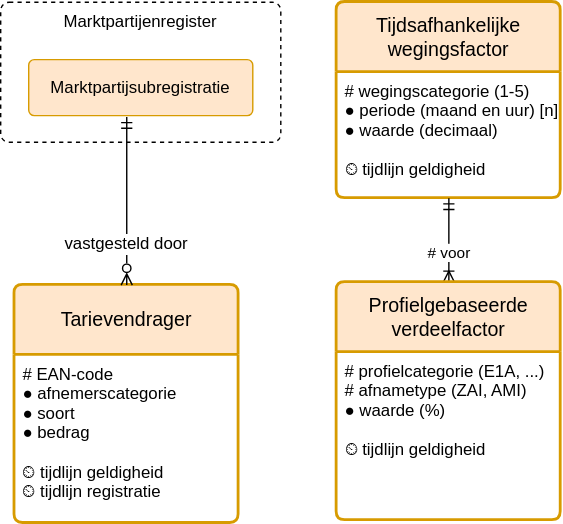
Earlier version of the draw.io export registers/tarievenregister/1.0/tarievenregister.drawio.svg (Netbeheer-Nederland/stelsel). Source tidied: cells renumbered, new cells last; positions are measured from the earlier drawing's top-left corner, leaving out a move shared by most shapes. Source of this version:
```xml
<mxGraphModel>
  <root>
    <mxCell id="0" />
    <mxCell id="1" parent="0" />
    <mxCell id="2" value="Marktpartijenregister" style="rounded=1;whiteSpace=wrap;verticalAlign=top;sketch=0;fontSize=12;dashed=1;arcSize=12;absoluteArcSize=1;" parent="1" vertex="1">
      <mxGeometry width="200" height="100" as="geometry" />
    </mxCell>
    <mxCell id="3" value="Tarievendrager" style="swimlane;horizontal=1;startSize=50;rounded=1;fontSize=14;fontStyle=0;strokeWidth=2;shadow=0;dashed=0;align=center;fillColor=#ffe6cc;strokeColor=#d79b00;arcSize=4;whiteSpace=wrap;" parent="1" vertex="1">
      <mxGeometry x="10" y="202" width="160" height="170" as="geometry" />
    </mxCell>
    <mxCell id="4" value="# EAN-code&#10;● afnemerscategorie&#10;● soort&#10;● bedrag&#10;&#10;⏲ tijdlijn geldigheid&#10;⏲ tijdlijn registratie" style="align=left;strokeColor=none;fillColor=none;spacingLeft=4;fontSize=12;verticalAlign=top;" parent="3" vertex="1">
      <mxGeometry y="50" width="160" height="120" as="geometry" />
    </mxCell>
    <mxCell id="5" value="vastgesteld door" style="fontSize=12;endArrow=ERmandOne;startArrow=ERzeroToMany;rounded=0;startFill=0;endFill=0;verticalAlign=middle;strokeColor=default;labelBackgroundColor=default;fontColor=default;align=center;edgeStyle=elbowEdgeStyle;exitX=0.5;exitY=0;exitDx=0;exitDy=0;" parent="1" edge="1" source="3">
      <mxGeometry x="-0.5" relative="1" as="geometry">
        <mxPoint x="90" y="82" as="targetPoint" />
      </mxGeometry>
    </mxCell>
    <mxCell id="6" value="Marktpartijsubregistratie" style="rounded=1;arcSize=10;whiteSpace=wrap;align=center;fillColor=#ffe6cc;strokeColor=#d79b00;" parent="1" vertex="1">
      <mxGeometry x="20" y="41" width="160" height="40" as="geometry" />
    </mxCell>
    <mxCell id="7" value="Tijdsafhankelijke wegingsfactor" style="swimlane;horizontal=1;startSize=50;rounded=1;fontSize=14;fontStyle=0;strokeWidth=2;shadow=0;dashed=0;align=center;fillColor=#ffe6cc;strokeColor=#d79b00;arcSize=4;whiteSpace=wrap;" parent="1" vertex="1">
      <mxGeometry x="240" width="160" height="140" as="geometry" />
    </mxCell>
    <mxCell id="8" value="# wegingscategorie (1-5)&#10;● periode (maand en uur) [n]&#10;● waarde (decimaal)&#10;&#10;⏲ tijdlijn geldigheid&#10;" style="align=left;strokeColor=none;fillColor=none;spacingLeft=4;fontSize=12;verticalAlign=top;" parent="7" vertex="1">
      <mxGeometry y="50" width="160" height="90" as="geometry" />
    </mxCell>
    <mxCell id="9" style="edgeStyle=orthogonalEdgeStyle;rounded=0;jettySize=auto;html=1;entryX=0.5;entryY=1;entryDx=0;entryDy=0;endArrow=ERmandOne;endFill=0;startArrow=ERoneToMany;startFill=0;" parent="1" edge="1" source="11" target="8">
      <mxGeometry relative="1" as="geometry" />
    </mxCell>
    <mxCell id="10" value="# voor" style="edgeLabel;html=1;align=center;verticalAlign=middle;" parent="9" vertex="1">
      <mxGeometry x="0.27" y="1" relative="1" as="geometry">
        <mxPoint y="16" as="offset" />
      </mxGeometry>
    </mxCell>
    <mxCell id="11" value="Profielgebaseerde verdeelfactor" style="swimlane;horizontal=1;startSize=50;rounded=1;fontSize=14;fontStyle=0;strokeWidth=2;shadow=0;dashed=0;align=center;fillColor=#ffe6cc;strokeColor=#d79b00;arcSize=4;whiteSpace=wrap;" parent="1" vertex="1">
      <mxGeometry x="240" y="200" width="160" height="170" as="geometry" />
    </mxCell>
    <mxCell id="12" value="# profielcategorie (E1A, ...)&#10;# afnametype (ZAI, AMI)&#10;● waarde (%)&#10;&#10;⏲ tijdlijn geldigheid&#10;" style="align=left;strokeColor=none;fillColor=none;spacingLeft=4;fontSize=12;verticalAlign=top;" parent="11" vertex="1">
      <mxGeometry y="50" width="160" height="120" as="geometry" />
    </mxCell>
  </root>
</mxGraphModel>
```
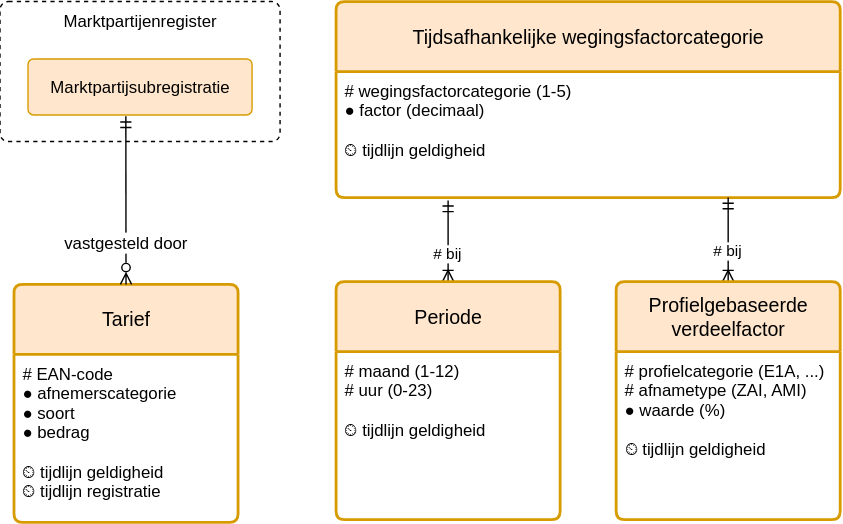
After the change.

Commit message:
Tarievenregister aangepast

Change to the diagram source:
```diff
@@ -5,7 +5,7 @@
     <mxCell id="2" value="Marktpartijenregister" style="rounded=1;whiteSpace=wrap;verticalAlign=top;sketch=0;fontSize=12;dashed=1;arcSize=12;absoluteArcSize=1;" parent="1" vertex="1">
       <mxGeometry width="200" height="100" as="geometry" />
     </mxCell>
-    <mxCell id="3" value="Tarievendrager" style="swimlane;horizontal=1;startSize=50;rounded=1;fontSize=14;fontStyle=0;strokeWidth=2;shadow=0;dashed=0;align=center;fillColor=#ffe6cc;strokeColor=#d79b00;arcSize=4;whiteSpace=wrap;" parent="1" vertex="1">
+    <mxCell id="3" value="Tarief" style="swimlane;horizontal=1;startSize=50;rounded=1;fontSize=14;fontStyle=0;strokeWidth=2;shadow=0;dashed=0;align=center;fillColor=#ffe6cc;strokeColor=#d79b00;arcSize=4;whiteSpace=wrap;" parent="1" vertex="1">
       <mxGeometry x="10" y="202" width="160" height="170" as="geometry" />
     </mxCell>
     <mxCell id="4" value="# EAN-code&#10;● afnemerscategorie&#10;● soort&#10;● bedrag&#10;&#10;⏲ tijdlijn geldigheid&#10;⏲ tijdlijn registratie" style="align=left;strokeColor=none;fillColor=none;spacingLeft=4;fontSize=12;verticalAlign=top;" parent="3" vertex="1">
@@ -19,25 +19,43 @@
     <mxCell id="6" value="Marktpartijsubregistratie" style="rounded=1;arcSize=10;whiteSpace=wrap;align=center;fillColor=#ffe6cc;strokeColor=#d79b00;" parent="1" vertex="1">
       <mxGeometry x="20" y="41" width="160" height="40" as="geometry" />
     </mxCell>
-    <mxCell id="7" value="Tijdsafhankelijke wegingsfactor" style="swimlane;horizontal=1;startSize=50;rounded=1;fontSize=14;fontStyle=0;strokeWidth=2;shadow=0;dashed=0;align=center;fillColor=#ffe6cc;strokeColor=#d79b00;arcSize=4;whiteSpace=wrap;" parent="1" vertex="1">
-      <mxGeometry x="240" width="160" height="140" as="geometry" />
+    <mxCell id="7" value="Tijdsafhankelijke wegingsfactorcategorie" style="swimlane;horizontal=1;startSize=50;rounded=1;fontSize=14;fontStyle=0;strokeWidth=2;shadow=0;dashed=0;align=center;fillColor=#ffe6cc;strokeColor=#d79b00;arcSize=4;whiteSpace=wrap;" parent="1" vertex="1">
+      <mxGeometry x="240" width="360" height="140" as="geometry" />
     </mxCell>
-    <mxCell id="8" value="# wegingscategorie (1-5)&#10;● periode (maand en uur) [n]&#10;● waarde (decimaal)&#10;&#10;⏲ tijdlijn geldigheid&#10;" style="align=left;strokeColor=none;fillColor=none;spacingLeft=4;fontSize=12;verticalAlign=top;" parent="7" vertex="1">
-      <mxGeometry y="50" width="160" height="90" as="geometry" />
+    <mxCell id="8" value="# wegingsfactorcategorie (1-5)&#10;● factor (decimaal)&#10;&#10;⏲ tijdlijn geldigheid&#10;" style="align=left;strokeColor=none;fillColor=none;spacingLeft=4;fontSize=12;verticalAlign=top;" parent="7" vertex="1">
+      <mxGeometry y="50" width="360" height="90" as="geometry" />
     </mxCell>
-    <mxCell id="9" style="edgeStyle=orthogonalEdgeStyle;rounded=0;jettySize=auto;html=1;entryX=0.5;entryY=1;entryDx=0;entryDy=0;endArrow=ERmandOne;endFill=0;startArrow=ERoneToMany;startFill=0;" parent="1" edge="1" source="11" target="8">
-      <mxGeometry relative="1" as="geometry" />
+    <mxCell id="9" style="edgeStyle=orthogonalEdgeStyle;rounded=0;jettySize=auto;html=1;endArrow=ERmandOne;endFill=0;startArrow=ERoneToMany;startFill=0;" parent="1" edge="1" source="11">
+      <mxGeometry relative="1" as="geometry">
+        <mxPoint x="320" y="142" as="targetPoint" />
+      </mxGeometry>
     </mxCell>
-    <mxCell id="10" value="# voor" style="edgeLabel;html=1;align=center;verticalAlign=middle;" parent="9" vertex="1">
+    <mxCell id="10" value="# bij" style="edgeLabel;html=1;align=center;verticalAlign=middle;" parent="9" vertex="1">
       <mxGeometry x="0.27" y="1" relative="1" as="geometry">
         <mxPoint y="16" as="offset" />
       </mxGeometry>
     </mxCell>
-    <mxCell id="11" value="Profielgebaseerde verdeelfactor" style="swimlane;horizontal=1;startSize=50;rounded=1;fontSize=14;fontStyle=0;strokeWidth=2;shadow=0;dashed=0;align=center;fillColor=#ffe6cc;strokeColor=#d79b00;arcSize=4;whiteSpace=wrap;" parent="1" vertex="1">
+    <mxCell id="11" value="Periode" style="swimlane;horizontal=1;startSize=50;rounded=1;fontSize=14;fontStyle=0;strokeWidth=2;shadow=0;dashed=0;align=center;fillColor=#ffe6cc;strokeColor=#d79b00;arcSize=4;whiteSpace=wrap;" parent="1" vertex="1">
       <mxGeometry x="240" y="200" width="160" height="170" as="geometry" />
     </mxCell>
-    <mxCell id="12" value="# profielcategorie (E1A, ...)&#10;# afnametype (ZAI, AMI)&#10;● waarde (%)&#10;&#10;⏲ tijdlijn geldigheid&#10;" style="align=left;strokeColor=none;fillColor=none;spacingLeft=4;fontSize=12;verticalAlign=top;" parent="11" vertex="1">
+    <mxCell id="12" value="# maand (1-12)&#10;# uur (0-23)&#10;&#10;⏲ tijdlijn geldigheid&#10;" style="align=left;strokeColor=none;fillColor=none;spacingLeft=4;fontSize=12;verticalAlign=top;" parent="11" vertex="1">
       <mxGeometry y="50" width="160" height="120" as="geometry" />
     </mxCell>
+    <mxCell id="13" style="edgeStyle=orthogonalEdgeStyle;rounded=0;jettySize=auto;html=1;entryX=0.5;entryY=1;entryDx=0;entryDy=0;endArrow=ERmandOne;endFill=0;startArrow=ERoneToMany;startFill=0;" parent="1" edge="1" source="15">
+      <mxGeometry relative="1" as="geometry">
+        <mxPoint x="520" y="140" as="targetPoint" />
+      </mxGeometry>
+    </mxCell>
+    <mxCell id="14" value="# bij" style="edgeLabel;html=1;align=center;verticalAlign=middle;" parent="13" vertex="1">
+      <mxGeometry x="0.27" y="1" relative="1" as="geometry">
+        <mxPoint y="16" as="offset" />
+      </mxGeometry>
+    </mxCell>
+    <mxCell id="15" value="Profielgebaseerde verdeelfactor" style="swimlane;horizontal=1;startSize=50;rounded=1;fontSize=14;fontStyle=0;strokeWidth=2;shadow=0;dashed=0;align=center;fillColor=#ffe6cc;strokeColor=#d79b00;arcSize=4;whiteSpace=wrap;" parent="1" vertex="1">
+      <mxGeometry x="440" y="200" width="160" height="170" as="geometry" />
+    </mxCell>
+    <mxCell id="16" value="# profielcategorie (E1A, ...)&#10;# afnametype (ZAI, AMI)&#10;● waarde (%)&#10;&#10;⏲ tijdlijn geldigheid&#10;" style="align=left;strokeColor=none;fillColor=none;spacingLeft=4;fontSize=12;verticalAlign=top;" parent="15" vertex="1">
+      <mxGeometry y="50" width="160" height="120" as="geometry" />
+    </mxCell>
   </root>
 </mxGraphModel>
```
